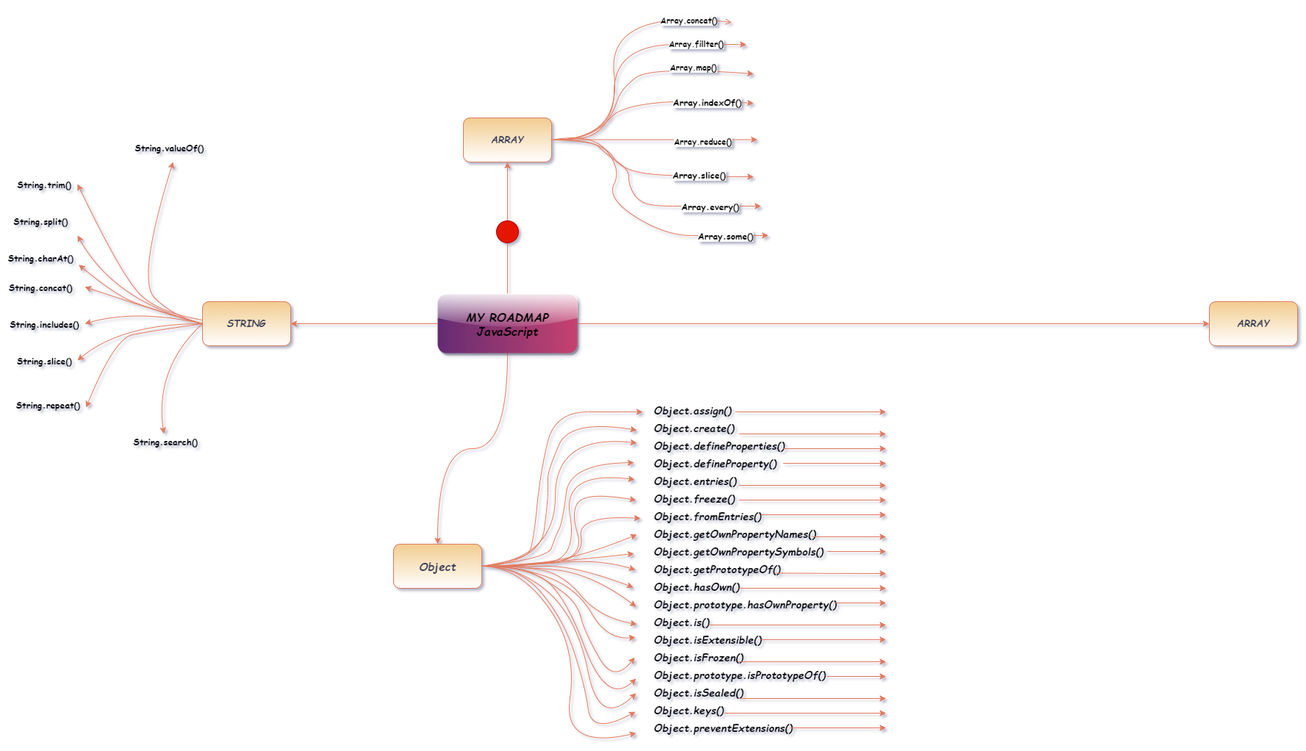
Before: Untitled Diagram.png, a diagram exported from draw.io (DungVietLe/abc). Source tidied: cells renumbered, new cells last; positions are measured from the earlier drawing's top-left corner, leaving out a move shared by most shapes.
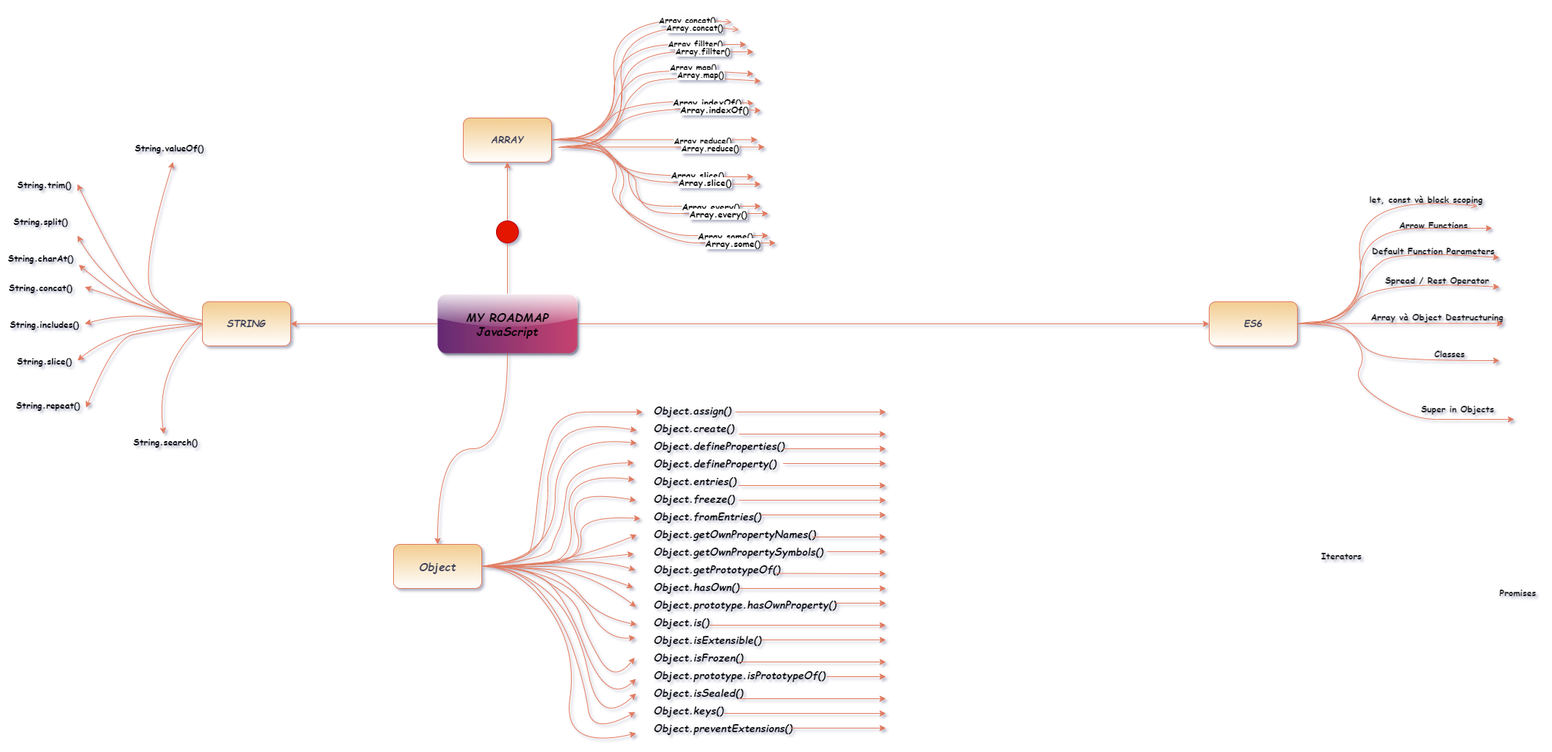
Above is the later version.

Commit message:
Cập nhật Untitled Diagram.png

Diff of the diagram source:
```diff
@@ -568,8 +568,230 @@
         </Array>
       </mxGeometry>
     </mxCell>
-    <mxCell id="85" value="&lt;i&gt;&lt;b&gt;&lt;font face=&quot;Comic Sans MS&quot; style=&quot;font-size: 13px&quot;&gt;ARRAY&lt;/font&gt;&lt;/b&gt;&lt;/i&gt;" style="whiteSpace=wrap;html=1;fontColor=#393C56;gradientDirection=south;fillColor=#F2CC8F;rounded=1;strokeColor=#E07A5F;gradientColor=#ffffff;" parent="1" vertex="1">
+    <mxCell id="85" value="&lt;font face=&quot;Comic Sans MS&quot;&gt;&lt;span style=&quot;font-size: 13px&quot;&gt;&lt;b&gt;&lt;i&gt;ES6&lt;/i&gt;&lt;/b&gt;&lt;/span&gt;&lt;/font&gt;" style="whiteSpace=wrap;html=1;fontColor=#393C56;gradientDirection=south;fillColor=#F2CC8F;rounded=1;strokeColor=#E07A5F;gradientColor=#ffffff;" parent="1" vertex="1">
       <mxGeometry x="1645" y="410" width="120" height="60" as="geometry" />
     </mxCell>
+    <mxCell id="86" value="&lt;h2 id=&quot;_1-let-const-va-block-scoping-0&quot; style=&quot;box-sizing: border-box; margin: 1.5em 0px 0.6em; line-height: 1.2; color: rgb(27, 27, 27); text-align: left; font-size: 12px;&quot;&gt;&lt;font style=&quot;font-size: 12px;&quot;&gt;let, const và block scoping&lt;/font&gt;&lt;/h2&gt;" style="text;html=1;align=center;verticalAlign=middle;strokeColor=none;fontFamily=Comic Sans MS;fontColor=#000000;fontSize=12;" parent="1" vertex="1">
+      <mxGeometry x="1855" y="240" width="170" height="50" as="geometry" />
+    </mxCell>
+    <mxCell id="87" value="&lt;h2 id=&quot;_2-arrow-functions-1&quot; style=&quot;box-sizing: border-box; margin: 1.5em 0px 0.6em; line-height: 1.2; font-size: 12px; color: rgb(27, 27, 27); text-align: left;&quot;&gt;Arrow Functions&lt;/h2&gt;" style="text;html=1;align=center;verticalAlign=middle;strokeColor=none;fontFamily=Comic Sans MS;fontColor=#000000;fontSize=12;" parent="1" vertex="1">
+      <mxGeometry x="1895" y="275" width="110" height="50" as="geometry" />
+    </mxCell>
+    <mxCell id="88" value="&lt;h2 id=&quot;_3-default-function-parameters-2&quot; style=&quot;box-sizing: border-box; margin: 1.5em 0px 0.6em; line-height: 1.2; font-size: 12px; color: rgb(27, 27, 27); text-align: left;&quot;&gt;Default Function Parameters&lt;/h2&gt;" style="text;html=1;align=center;verticalAlign=middle;strokeColor=none;fontFamily=Comic Sans MS;fontColor=#000000;fontSize=12;" parent="1" vertex="1">
+      <mxGeometry x="1860" y="310" width="180" height="50" as="geometry" />
+    </mxCell>
+    <mxCell id="89" value="&lt;h2 id=&quot;_4-spread--rest-operator-3&quot; style=&quot;box-sizing: border-box; margin: 1.5em 0px 0.6em; line-height: 1.2; font-size: 12px; color: rgb(27, 27, 27); text-align: left;&quot;&gt;Spread / Rest Operator&lt;/h2&gt;" style="text;html=1;align=center;verticalAlign=middle;strokeColor=none;fontFamily=Comic Sans MS;fontColor=#000000;fontSize=12;" parent="1" vertex="1">
+      <mxGeometry x="1875" y="350" width="160" height="50" as="geometry" />
+    </mxCell>
+    <mxCell id="90" value="&lt;h2 id=&quot;_7-array-va-object-destructuring-6&quot; style=&quot;box-sizing: border-box; margin: 1.5em 0px 0.6em; line-height: 1.2; font-size: 12px; color: rgb(27, 27, 27); text-align: left;&quot;&gt;Array và Object Destructuring&lt;/h2&gt;" style="text;html=1;align=center;verticalAlign=middle;strokeColor=none;fontFamily=Comic Sans MS;fontColor=#000000;fontSize=12;" parent="1" vertex="1">
+      <mxGeometry x="1855" y="400" width="200" height="50" as="geometry" />
+    </mxCell>
+    <mxCell id="91" value="&lt;h2 id=&quot;_8-super-in-objects-7&quot; style=&quot;box-sizing: border-box; margin: 1.5em 0px 0.6em; line-height: 1.2; font-size: 12px; color: rgb(27, 27, 27); text-align: left;&quot;&gt;&amp;nbsp;Super in Objects&lt;/h2&gt;" style="text;html=1;align=center;verticalAlign=middle;strokeColor=none;fontFamily=Comic Sans MS;fontColor=#000000;fontSize=12;" parent="1" vertex="1">
+      <mxGeometry x="1920" y="525" width="120" height="50" as="geometry" />
+    </mxCell>
+    <mxCell id="92" value="&lt;h2 id=&quot;_13-classes-trong-es6-12&quot; style=&quot;box-sizing: border-box; margin: 1.5em 0px 0.6em; line-height: 1.2; font-size: 12px; color: rgb(27, 27, 27); text-align: left;&quot;&gt;Classes&amp;nbsp;&lt;/h2&gt;" style="text;html=1;align=center;verticalAlign=middle;strokeColor=none;fontFamily=Comic Sans MS;fontColor=#000000;fontSize=12;" parent="1" vertex="1">
+      <mxGeometry x="1945" y="450" width="60" height="50" as="geometry" />
+    </mxCell>
+    <mxCell id="93" value="&lt;h2 id=&quot;_15-iterators-14&quot; style=&quot;box-sizing: border-box; margin: 1.5em 0px 0.6em; line-height: 1.2; font-size: 12px; color: rgb(27, 27, 27); text-align: left;&quot;&gt;Iterators&lt;/h2&gt;" style="text;html=1;align=center;verticalAlign=middle;strokeColor=none;fontFamily=Comic Sans MS;fontColor=#000000;fontSize=12;" parent="1" vertex="1">
+      <mxGeometry x="1790" y="725" width="70" height="50" as="geometry" />
+    </mxCell>
+    <mxCell id="94" value="&lt;h2 id=&quot;_17-promises-16&quot; style=&quot;box-sizing: border-box; margin: 1.5em 0px 0.6em; line-height: 1.2; font-size: 12px; color: rgb(27, 27, 27); text-align: left;&quot;&gt;Promises&lt;/h2&gt;" style="text;html=1;align=center;verticalAlign=middle;strokeColor=none;fontFamily=Comic Sans MS;fontColor=#000000;fontSize=12;" parent="1" vertex="1">
+      <mxGeometry x="2030" y="775" width="70" height="50" as="geometry" />
+    </mxCell>
+    <mxCell id="95" style="curved=1;endArrow=classic;html=1;fontColor=#000000;strokeColor=#E07A5F;exitX=1;exitY=0.5;exitDx=0;exitDy=0;" parent="1" edge="1">
+      <mxGeometry relative="1" as="geometry">
+        <mxPoint x="760" y="200" as="sourcePoint" />
+        <mxPoint x="1055" y="330" as="targetPoint" />
+        <Array as="points">
+          <mxPoint x="815" y="190" />
+          <mxPoint x="855" y="240" />
+          <mxPoint x="835" y="280" />
+          <mxPoint x="915" y="330" />
+          <mxPoint x="985" y="330" />
+        </Array>
+      </mxGeometry>
+    </mxCell>
+    <mxCell id="96" value="&lt;b&gt;&lt;font style=&quot;font-size: 12px&quot; face=&quot;Comic Sans MS&quot;&gt;Array.some()&lt;/font&gt;&lt;/b&gt;" style="edgeLabel;html=1;align=center;verticalAlign=middle;fontColor=#000000;" parent="95" vertex="1">
+      <mxGeometry x="0.7" relative="1" as="geometry" />
+    </mxCell>
+    <mxCell id="97" style="curved=1;endArrow=open;html=1;fontColor=#393C56;strokeColor=#E07A5F;fillColor=#F2CC8F;endFill=0;" parent="1" edge="1">
+      <mxGeometry relative="1" as="geometry">
+        <mxPoint x="760" y="200" as="sourcePoint" />
+        <mxPoint x="1005" y="40" as="targetPoint" />
+        <Array as="points">
+          <mxPoint x="855" y="200" />
+          <mxPoint x="835" y="20" />
+        </Array>
+      </mxGeometry>
+    </mxCell>
+    <mxCell id="98" value="&lt;b style=&quot;color: rgb(0 , 0 , 0) ; font-family: &amp;#34;comic sans ms&amp;#34;&quot;&gt;Array.concat()&lt;/b&gt;" style="edgeLabel;html=1;align=center;verticalAlign=middle;fontColor=#393C56;" parent="97" vertex="1">
+      <mxGeometry x="0.73" y="-3" relative="1" as="geometry" />
+    </mxCell>
+    <mxCell id="99" style="endArrow=classic;html=1;fontColor=#393C56;strokeColor=#E07A5F;fillColor=#F2CC8F;shadow=0;sketch=0;edgeStyle=orthogonalEdgeStyle;curved=1;" parent="1" edge="1">
+      <mxGeometry relative="1" as="geometry">
+        <mxPoint x="760" y="200" as="sourcePoint" />
+        <mxPoint x="1025" y="70" as="targetPoint" />
+        <Array as="points">
+          <mxPoint x="845" y="200" />
+          <mxPoint x="845" y="70" />
+          <mxPoint x="1015" y="70" />
+        </Array>
+      </mxGeometry>
+    </mxCell>
+    <mxCell id="100" value="&lt;span style=&quot;color: rgb(0 , 0 , 0) ; font-family: &amp;#34;comic sans ms&amp;#34; ; font-weight: 700&quot;&gt;Array.fillter()&lt;/span&gt;" style="edgeLabel;html=1;align=center;verticalAlign=middle;fontColor=#393C56;" parent="99" vertex="1">
+      <mxGeometry x="0.65" y="2" relative="1" as="geometry" />
+    </mxCell>
+    <mxCell id="101" style="curved=1;endArrow=classic;html=1;shadow=0;fontColor=#393C56;strokeColor=#E07A5F;fillColor=#F2CC8F;" parent="1" edge="1">
+      <mxGeometry relative="1" as="geometry">
+        <mxPoint x="760" y="200" as="sourcePoint" />
+        <mxPoint x="1035" y="110" as="targetPoint" />
+        <Array as="points">
+          <mxPoint x="795" y="200" />
+          <mxPoint x="825" y="190" />
+          <mxPoint x="845" y="160" />
+          <mxPoint x="855" y="130" />
+          <mxPoint x="895" y="100" />
+        </Array>
+      </mxGeometry>
+    </mxCell>
+    <mxCell id="102" value="&lt;b style=&quot;color: rgb(0 , 0 , 0) ; font-size: 12px&quot;&gt;&lt;font face=&quot;Comic Sans MS&quot; style=&quot;font-size: 11px&quot;&gt;Array.map()&lt;/font&gt;&lt;/b&gt;" style="edgeLabel;html=1;align=center;verticalAlign=middle;fontColor=#393C56;" parent="101" vertex="1">
+      <mxGeometry x="0.49" y="-4" relative="1" as="geometry">
+        <mxPoint y="-8" as="offset" />
+      </mxGeometry>
+    </mxCell>
+    <mxCell id="103" style="curved=1;endArrow=classic;html=1;strokeColor=#E07A5F;" parent="1" edge="1">
+      <mxGeometry relative="1" as="geometry">
+        <mxPoint x="765" y="200" as="sourcePoint" />
+        <mxPoint x="1035" y="150" as="targetPoint" />
+        <Array as="points">
+          <mxPoint x="815" y="200" />
+          <mxPoint x="865" y="140" />
+        </Array>
+      </mxGeometry>
+    </mxCell>
+    <mxCell id="104" value="&lt;b&gt;&lt;font color=&quot;#000000&quot; style=&quot;font-size: 12px&quot; face=&quot;Comic Sans MS&quot;&gt;Array.indexOf()&lt;/font&gt;&lt;/b&gt;" style="edgeLabel;html=1;align=center;verticalAlign=middle;fontColor=#393C56;" parent="103" vertex="1">
+      <mxGeometry x="0.57" y="-2" relative="1" as="geometry" />
+    </mxCell>
+    <mxCell id="105" style="endArrow=classic;html=1;strokeColor=#E07A5F;" parent="1" edge="1">
+      <mxGeometry relative="1" as="geometry">
+        <mxPoint x="765" y="199.5" as="sourcePoint" />
+        <mxPoint x="1040" y="199.5" as="targetPoint" />
+      </mxGeometry>
+    </mxCell>
+    <mxCell id="106" value="&lt;b style=&quot;font-size: 12px&quot;&gt;&lt;font color=&quot;#000000&quot; face=&quot;Comic Sans MS&quot; style=&quot;font-size: 11px&quot;&gt;Array.reduce()&lt;/font&gt;&lt;/b&gt;" style="edgeLabel;html=1;align=center;verticalAlign=middle;fontColor=#393C56;" parent="105" vertex="1">
+      <mxGeometry x="0.51" y="-1" relative="1" as="geometry">
+        <mxPoint x="-8" as="offset" />
+      </mxGeometry>
+    </mxCell>
+    <mxCell id="107" style="curved=1;endArrow=classic;html=1;strokeColor=#E07A5F;" parent="1" edge="1">
+      <mxGeometry relative="1" as="geometry">
+        <mxPoint x="760" y="200" as="sourcePoint" />
+        <mxPoint x="1035" y="250" as="targetPoint" />
+        <Array as="points">
+          <mxPoint x="795" y="200" />
+          <mxPoint x="835" y="210" />
+          <mxPoint x="855" y="240" />
+          <mxPoint x="915" y="250" />
+        </Array>
+      </mxGeometry>
+    </mxCell>
+    <mxCell id="108" value="&lt;b&gt;&lt;font style=&quot;font-size: 12px&quot; color=&quot;#000000&quot; face=&quot;Comic Sans MS&quot;&gt;Array.slice()&lt;/font&gt;&lt;/b&gt;" style="edgeLabel;html=1;align=center;verticalAlign=middle;fontColor=#393C56;" parent="107" vertex="1">
+      <mxGeometry x="0.48" y="3" relative="1" as="geometry" />
+    </mxCell>
+    <mxCell id="109" style="curved=1;endArrow=classic;html=1;strokeColor=#E07A5F;" parent="1" edge="1">
+      <mxGeometry relative="1" as="geometry">
+        <mxPoint x="765" y="200" as="sourcePoint" />
+        <mxPoint x="1045" y="290" as="targetPoint" />
+        <Array as="points">
+          <mxPoint x="815" y="200" />
+          <mxPoint x="835" y="220" />
+          <mxPoint x="865" y="240" />
+          <mxPoint x="865" y="260" />
+          <mxPoint x="875" y="280" />
+          <mxPoint x="895" y="290" />
+          <mxPoint x="955" y="290" />
+        </Array>
+      </mxGeometry>
+    </mxCell>
+    <mxCell id="110" value="&lt;b&gt;&lt;font style=&quot;font-size: 12px&quot; face=&quot;Comic Sans MS&quot;&gt;Array.every()&lt;/font&gt;&lt;/b&gt;" style="edgeLabel;html=1;align=center;verticalAlign=middle;" parent="109" vertex="1">
+      <mxGeometry x="0.65" y="-4" relative="1" as="geometry">
+        <mxPoint x="-11" y="-4" as="offset" />
+      </mxGeometry>
+    </mxCell>
+    <mxCell id="111" style="curved=1;endArrow=classic;html=1;fontColor=#000000;strokeColor=#E07A5F;exitX=1;exitY=0.5;exitDx=0;exitDy=0;" parent="1" edge="1">
+      <mxGeometry relative="1" as="geometry">
+        <mxPoint x="1765" y="440" as="sourcePoint" />
+        <mxPoint x="2060" y="570" as="targetPoint" />
+        <Array as="points">
+          <mxPoint x="1820" y="430" />
+          <mxPoint x="1860" y="480" />
+          <mxPoint x="1840" y="520" />
+          <mxPoint x="1920" y="570" />
+          <mxPoint x="1990" y="570" />
+        </Array>
+      </mxGeometry>
+    </mxCell>
+    <mxCell id="112" style="curved=1;endArrow=open;html=1;fontColor=#393C56;strokeColor=#E07A5F;fillColor=#F2CC8F;endFill=0;" parent="1" edge="1">
+      <mxGeometry relative="1" as="geometry">
+        <mxPoint x="1765" y="440" as="sourcePoint" />
+        <mxPoint x="2010" y="280" as="targetPoint" />
+        <Array as="points">
+          <mxPoint x="1860" y="440" />
+          <mxPoint x="1840" y="260" />
+        </Array>
+      </mxGeometry>
+    </mxCell>
+    <mxCell id="113" style="endArrow=classic;html=1;fontColor=#393C56;strokeColor=#E07A5F;fillColor=#F2CC8F;shadow=0;sketch=0;edgeStyle=orthogonalEdgeStyle;curved=1;" parent="1" edge="1">
+      <mxGeometry relative="1" as="geometry">
+        <mxPoint x="1765" y="440" as="sourcePoint" />
+        <mxPoint x="2030" y="310" as="targetPoint" />
+        <Array as="points">
+          <mxPoint x="1850" y="440" />
+          <mxPoint x="1850" y="310" />
+          <mxPoint x="2020" y="310" />
+        </Array>
+      </mxGeometry>
+    </mxCell>
+    <mxCell id="114" style="curved=1;endArrow=classic;html=1;shadow=0;fontColor=#393C56;strokeColor=#E07A5F;fillColor=#F2CC8F;" parent="1" edge="1">
+      <mxGeometry relative="1" as="geometry">
+        <mxPoint x="1765" y="440" as="sourcePoint" />
+        <mxPoint x="2040" y="350" as="targetPoint" />
+        <Array as="points">
+          <mxPoint x="1800" y="440" />
+          <mxPoint x="1830" y="430" />
+          <mxPoint x="1850" y="400" />
+          <mxPoint x="1860" y="370" />
+          <mxPoint x="1900" y="340" />
+        </Array>
+      </mxGeometry>
+    </mxCell>
+    <mxCell id="115" style="curved=1;endArrow=classic;html=1;strokeColor=#E07A5F;" parent="1" edge="1">
+      <mxGeometry relative="1" as="geometry">
+        <mxPoint x="1770" y="440" as="sourcePoint" />
+        <mxPoint x="2040" y="390" as="targetPoint" />
+        <Array as="points">
+          <mxPoint x="1820" y="440" />
+          <mxPoint x="1870" y="380" />
+        </Array>
+      </mxGeometry>
+    </mxCell>
+    <mxCell id="116" style="endArrow=classic;html=1;strokeColor=#E07A5F;" parent="1" edge="1">
+      <mxGeometry relative="1" as="geometry">
+        <mxPoint x="1770" y="439.5" as="sourcePoint" />
+        <mxPoint x="2045" y="439.5" as="targetPoint" />
+      </mxGeometry>
+    </mxCell>
+    <mxCell id="117" style="curved=1;endArrow=classic;html=1;strokeColor=#E07A5F;" parent="1" edge="1">
+      <mxGeometry relative="1" as="geometry">
+        <mxPoint x="1765" y="440" as="sourcePoint" />
+        <mxPoint x="2040" y="490" as="targetPoint" />
+        <Array as="points">
+          <mxPoint x="1800" y="440" />
+          <mxPoint x="1840" y="450" />
+          <mxPoint x="1860" y="480" />
+          <mxPoint x="1920" y="490" />
+        </Array>
+      </mxGeometry>
+    </mxCell>
   </root>
 </mxGraphModel>
```
